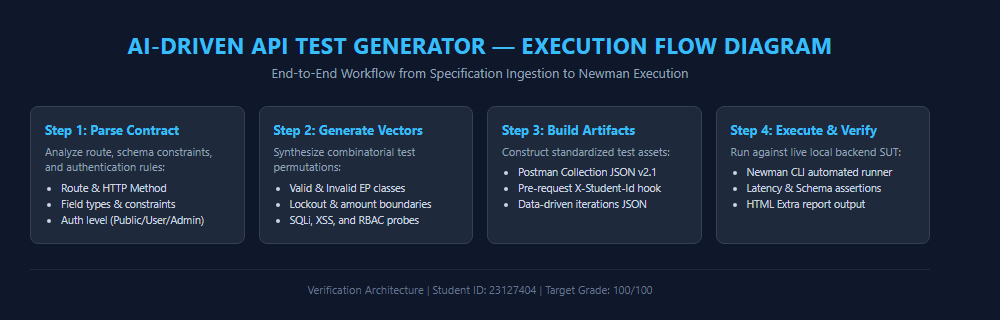
The Mermaid diagram docs/assignments/HW06/deliverables/agent-skills/diagrams/flow_diagram.png in KidCute1412/eshop-sut, before a commit. Its source is kept beside it as docs/assignments/HW06/deliverables/agent-skills/diagrams/flow_diagram.mmd. Source of this version:
```mermaid
flowchart TD
  A[Read API specification] --> B[Generate candidate cases]
  B --> C[Human audit: VALID / INVALID / INCOMPLETE]
  C --> D[Add state and security extensions]
  D --> E[Run isolated local fixtures]
  E --> F[Preserve raw Newman JSON]
  F --> G[Derive reports and bug register]
```
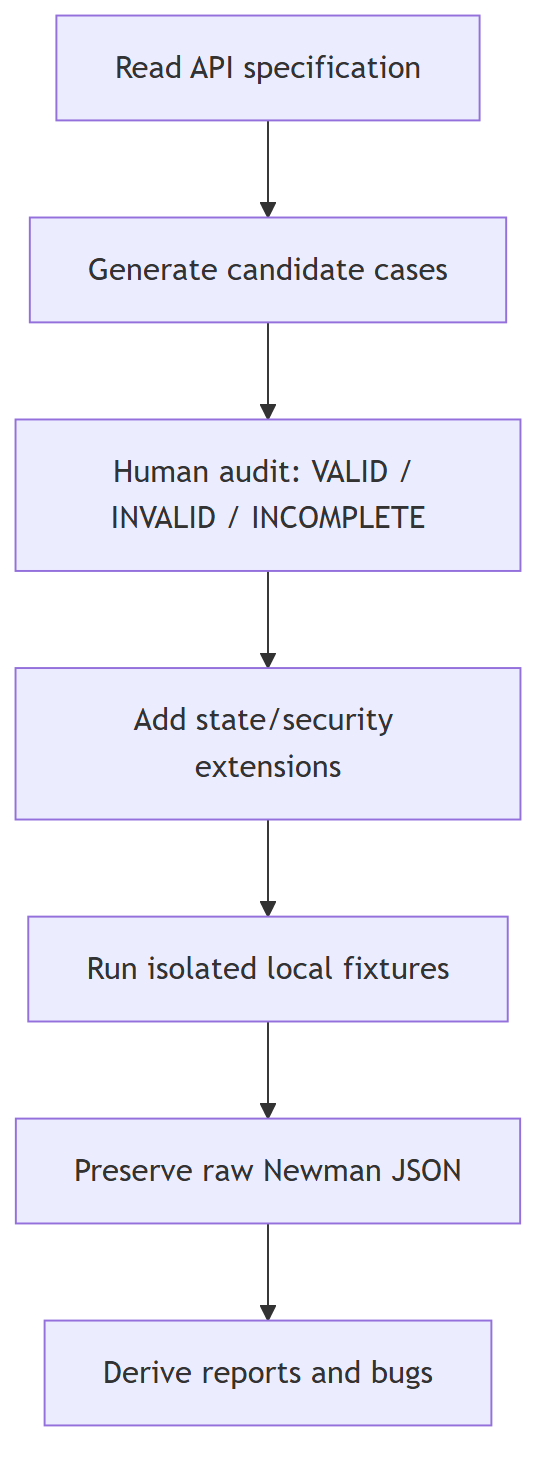
After the change.

Commit message:
docs(hw06): render readable generator diagrams

What changed in the source:
```diff
@@ -1,7 +1,7 @@
 flowchart TD
   A[Read API specification] --> B[Generate candidate cases]
   B --> C[Human audit: VALID / INVALID / INCOMPLETE]
-  C --> D[Add state and security extensions]
+  C --> D[Add state/security extensions]
   D --> E[Run isolated local fixtures]
   E --> F[Preserve raw Newman JSON]
-  F --> G[Derive reports and bug register]
+  F --> G[Derive reports and bugs]
```
